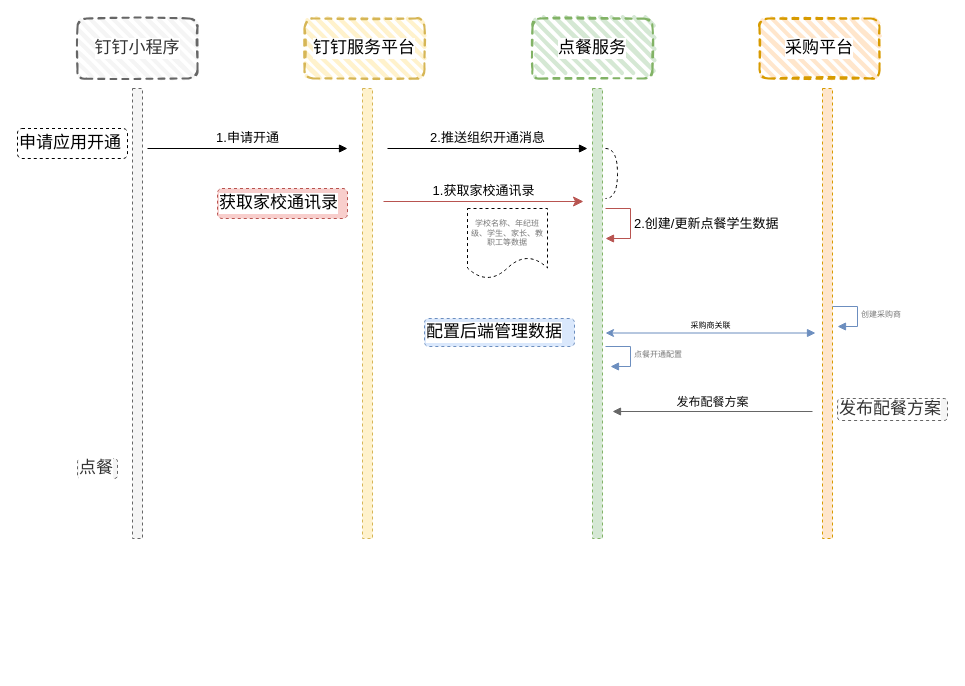
Before: Untitled Diagram.drawio in mylovage/GolemQ, a draw.io diagram. Source tidied: cells renumbered, new cells numbered last; positions are measured from the earlier drawing's top-left corner, leaving out a move shared by most shapes. Both pictures are drawn from the tidied source at 100%, with x=0, y=0 at pixel (17, 18).
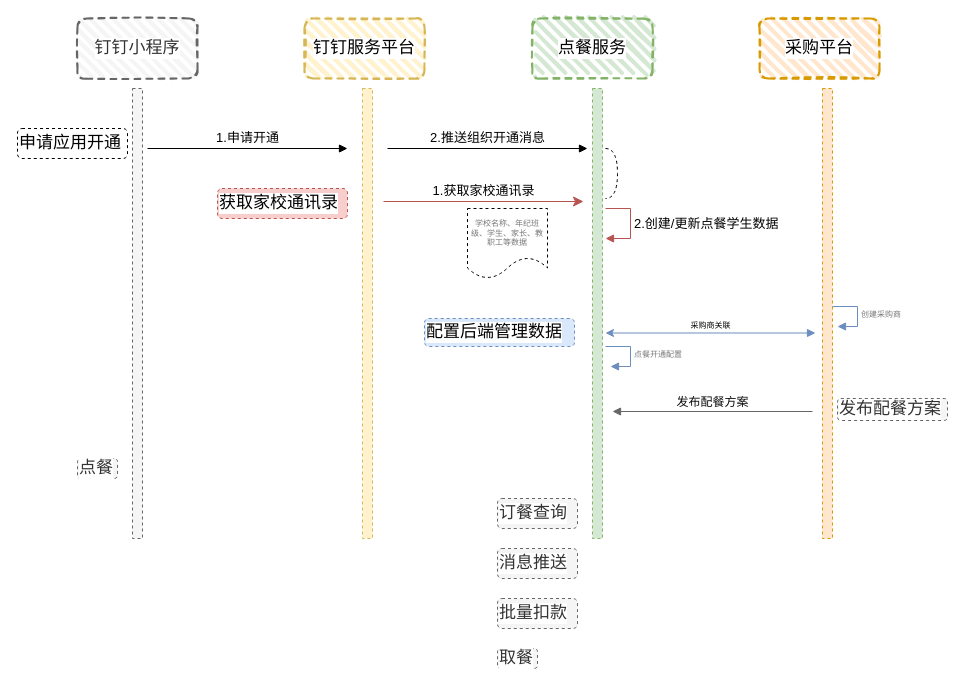
The same page after the edit.

Diff of the diagram source:
```diff
@@
+    <mxCell id="25" value="订餐查询" style="rounded=1;whiteSpace=wrap;html=1;dashed=1;labelBackgroundColor=#ffffff;fontSize=17;fillColor=#f5f5f5;strokeColor=#666666;align=left;fontColor=#333333;" parent="1" vertex="1">
+      <mxGeometry x="480" y="480" width="80" height="30" as="geometry" />
+    </mxCell>
+    <mxCell id="26" value="消息推送" style="rounded=1;whiteSpace=wrap;html=1;dashed=1;labelBackgroundColor=#ffffff;fontSize=17;fillColor=#f5f5f5;strokeColor=#666666;align=left;fontColor=#333333;" parent="1" vertex="1">
+      <mxGeometry x="480" y="530" width="80" height="30" as="geometry" />
+    </mxCell>
+    <mxCell id="27" value="批量扣款" style="rounded=1;whiteSpace=wrap;html=1;dashed=1;labelBackgroundColor=#ffffff;fontSize=17;fillColor=#f5f5f5;strokeColor=#666666;align=left;fontColor=#333333;" parent="1" vertex="1">
+      <mxGeometry x="480" y="580" width="80" height="30" as="geometry" />
+    </mxCell>
+    <mxCell id="28" value="取餐" style="rounded=1;whiteSpace=wrap;html=1;dashed=1;labelBackgroundColor=#ffffff;fontSize=17;fillColor=#f5f5f5;strokeColor=#666666;align=left;fontColor=#333333;" parent="1" vertex="1">
+      <mxGeometry x="480" y="630" width="40" height="20" as="geometry" />
+    </mxCell>
```
